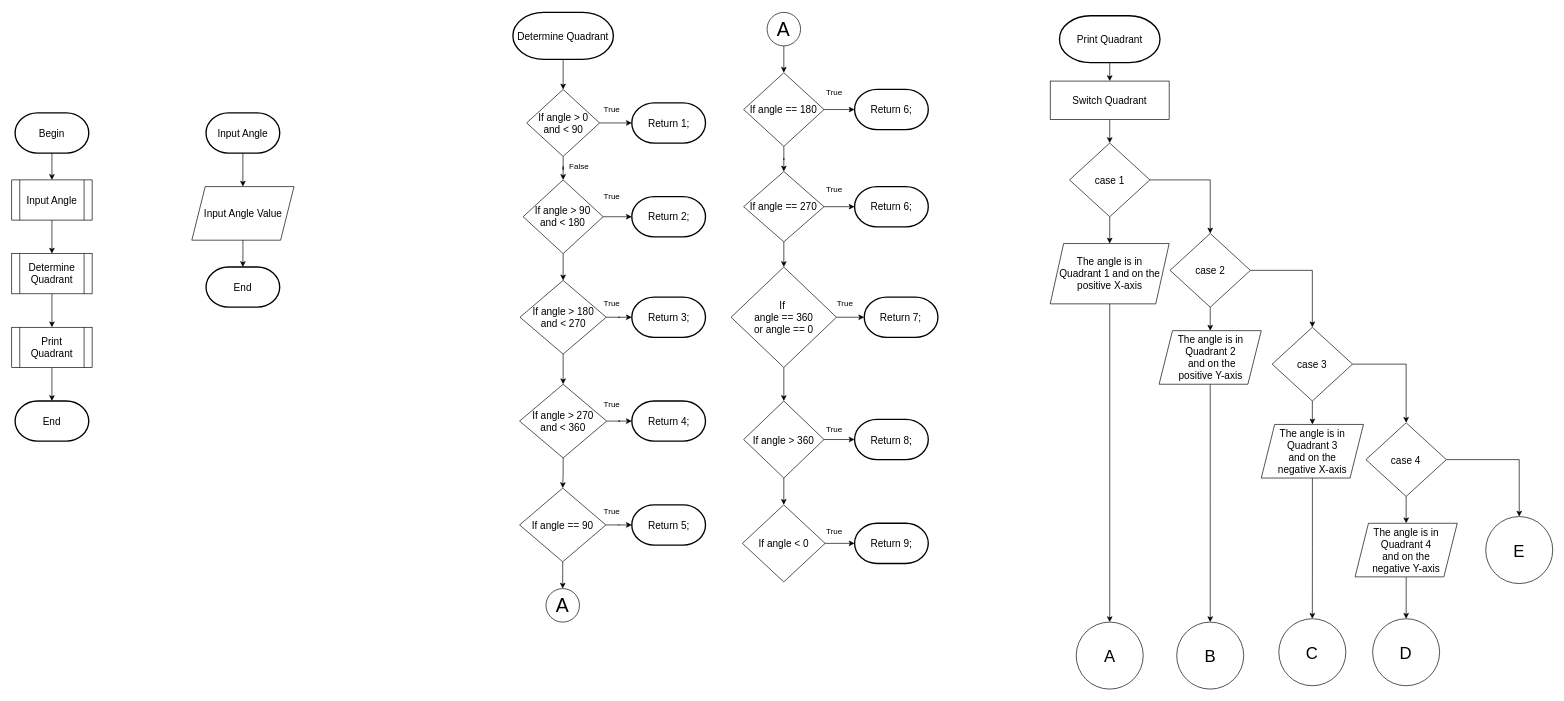
This is Problem55_Flowchart.drawio from AmawNiZy/Assignments, a draw.io file, before an edit. Source tidied: cells renumbered, new cells numbered last; positions are measured from the earlier drawing's top-left corner, leaving out a move shared by most shapes. Both pictures are drawn from the tidied source at 67%, with x=0, y=0 at pixel (11, 12).
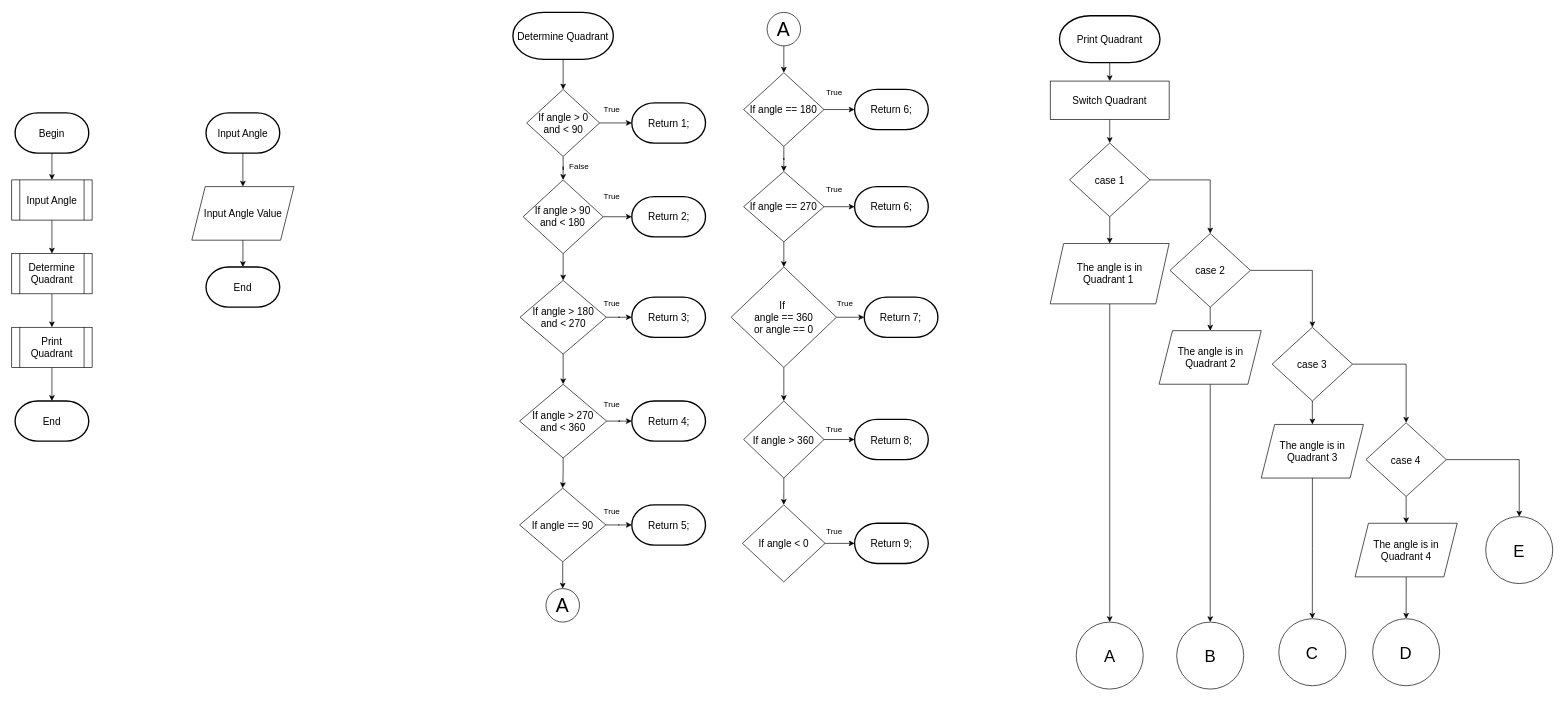
After the change.

What changed in the source:
```diff
@@
-    <mxCell id="79" value="The angle is in &lt;br&gt;Quadrant 1 and on the positive X-axis" style="shape=parallelogram;perimeter=parallelogramPerimeter;whiteSpace=wrap;html=1;fixedSize=1;fontSize=15;" parent="1" vertex="1">
+    <mxCell id="79" value="The angle is in &lt;br&gt;Quadrant 1&amp;nbsp;" style="shape=parallelogram;perimeter=parallelogramPerimeter;whiteSpace=wrap;html=1;fixedSize=1;fontSize=15;" parent="1" vertex="1">
       <mxGeometry x="1550" y="345" width="177.5" height="90" as="geometry" />
     </mxCell>
@@
-    <mxCell id="87" value="The angle is in Quadrant 2&lt;br&gt;&amp;nbsp;and on the&lt;br&gt;positive Y-axis" style="shape=parallelogram;perimeter=parallelogramPerimeter;whiteSpace=wrap;html=1;fixedSize=1;fontSize=15;" parent="1" vertex="1">
+    <mxCell id="87" value="&lt;br&gt;The angle is in Quadrant 2&lt;br&gt;&amp;nbsp;" style="shape=parallelogram;perimeter=parallelogramPerimeter;whiteSpace=wrap;html=1;fixedSize=1;fontSize=15;" parent="1" vertex="1">
       <mxGeometry x="1712.5" y="475" width="152.5" height="80" as="geometry" />
     </mxCell>
@@
-    <mxCell id="89" value="The angle is in Quadrant 3 &lt;br&gt;and on the &lt;br&gt;negative X-axis" style="shape=parallelogram;perimeter=parallelogramPerimeter;whiteSpace=wrap;html=1;fixedSize=1;fontSize=15;" parent="1" vertex="1">
+    <mxCell id="89" value="The angle is in Quadrant 3 &lt;br&gt;" style="shape=parallelogram;perimeter=parallelogramPerimeter;whiteSpace=wrap;html=1;fixedSize=1;fontSize=15;" parent="1" vertex="1">
       <mxGeometry x="1865" y="615" width="152.5" height="80" as="geometry" />
     </mxCell>
@@
-    <mxCell id="98" value="The angle is in Quadrant 4 &lt;br&gt;and on the &lt;br&gt;negative Y-axis" style="shape=parallelogram;perimeter=parallelogramPerimeter;whiteSpace=wrap;html=1;fixedSize=1;fontSize=15;" parent="1" vertex="1">
+    <mxCell id="98" value="The angle is in Quadrant 4" style="shape=parallelogram;perimeter=parallelogramPerimeter;whiteSpace=wrap;html=1;fixedSize=1;fontSize=15;" parent="1" vertex="1">
       <mxGeometry x="2005" y="762.5" width="152.5" height="80" as="geometry" />
     </mxCell>
```
